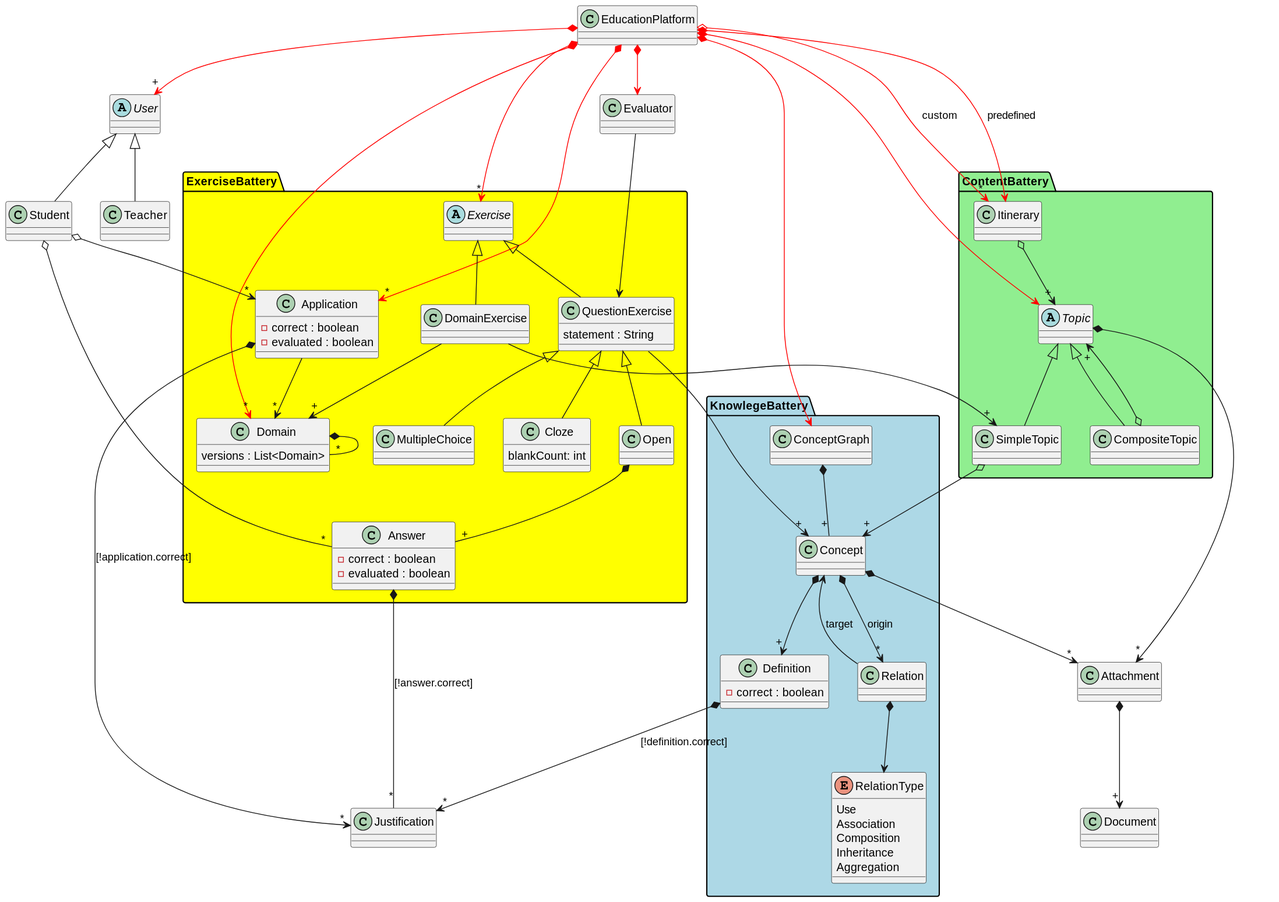
Before: out/Diagrams/EducationPlatform/Domain/EducationPlatformDomain.svg, a diagram exported from PlantUML (jumpering/lab-turing).
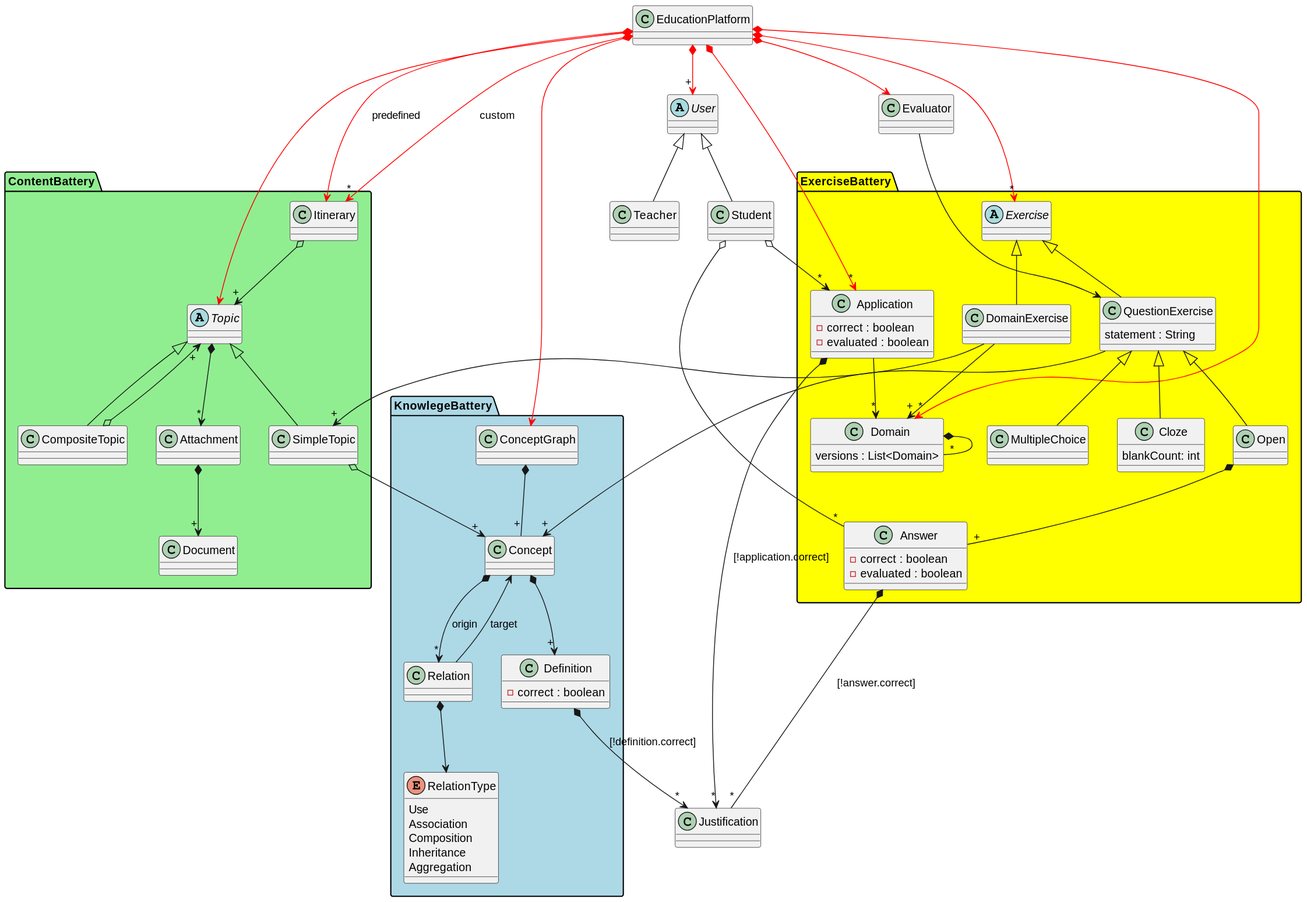
Above is the later version.

Commit message:
Domunents just fo topics

Diff of the diagram source:
```diff
@@ -26,13 +26,6 @@
 }
 Evaluator --> ExerciseBattery.QuestionExercise
 
-
-class Document{}
-
-class Attachment{
-}
-Attachment *--> "+" Document
-
 class Justification {
 }
 
@@ -48,6 +41,12 @@
     Topic <|-- SimpleTopic
     Topic *--> "*" Attachment
 
+    class Document{}
+
+    class Attachment{
+    }
+    Attachment *--> "+" Document
+
 
     class SimpleTopic{
     }
@@ -62,14 +61,12 @@
 
     class ConceptGraph{
     }
-
     ConceptGraph *-- "+" KnowlegeBattery.Concept
 
     class Concept{
     }
     Concept *-down-> "+" Definition
     Concept *-down-> "*" Relation : origin
-    Concept *-down-> "*" Attachment
 
     class Definition {
         - correct : boolean
```
